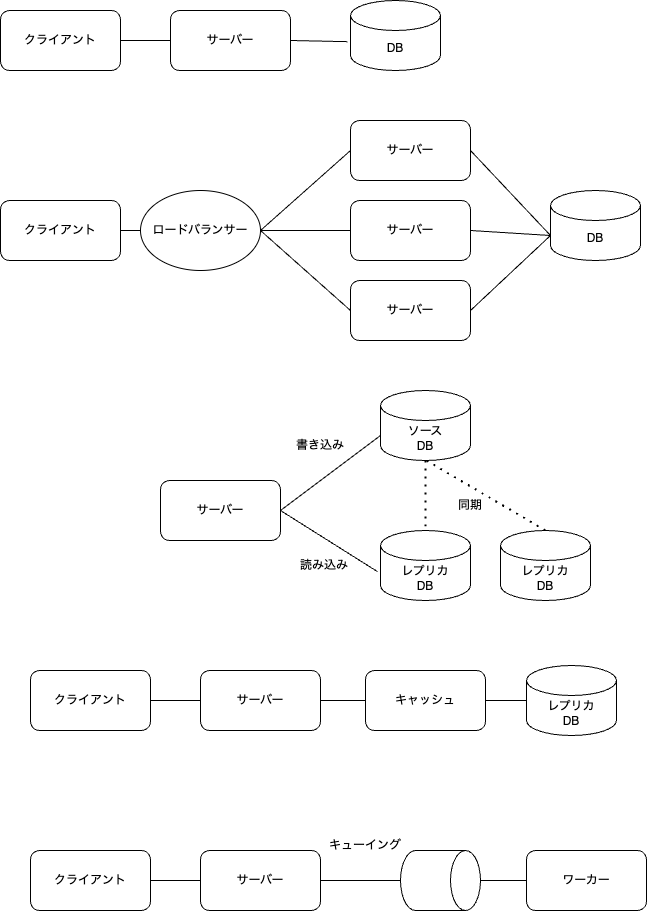
Before: diagram/scale_system.drawio.png, a diagram exported from draw.io (tsukasaI/qiita_drafts). Source tidied: cells renumbered, new cells last; positions are measured from the earlier drawing's top-left corner, leaving out a move shared by most shapes.
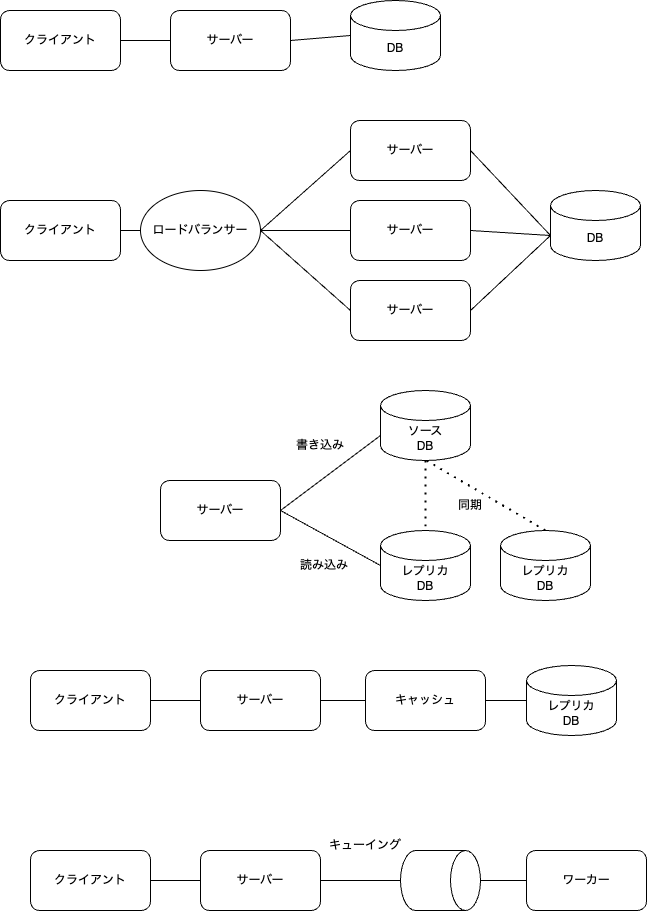
After the change.

Change to the diagram source:
```diff
@@ -14,7 +14,7 @@
     <mxCell id="5" style="endArrow=none;html=1;entryX=1;entryY=0.5;entryDx=0;entryDy=0;exitX=0;exitY=0.5;exitDx=0;exitDy=0;" parent="1" edge="1" source="2" target="4">
       <mxGeometry relative="1" as="geometry" />
     </mxCell>
-    <mxCell id="6" style="endArrow=none;html=1;entryX=1;entryY=0.5;entryDx=0;entryDy=0;exitX=-0.033;exitY=0.588;exitDx=0;exitDy=0;exitPerimeter=0;" parent="1" edge="1" source="3" target="2">
+    <mxCell id="6" style="endArrow=none;html=1;entryX=1;entryY=0.5;entryDx=0;entryDy=0;exitX=0;exitY=0.5;exitDx=0;exitDy=0;exitPerimeter=0;" parent="1" edge="1" source="3" target="2">
       <mxGeometry relative="1" as="geometry" />
     </mxCell>
     <mxCell id="7" value="サーバー" style="rounded=1;whiteSpace=wrap;html=1;" parent="1" vertex="1">
@@ -52,7 +52,7 @@
     <mxCell id="17" value="レプリカ&lt;br&gt;DB" style="shape=cylinder3;whiteSpace=wrap;html=1;boundedLbl=1;backgroundOutline=1;size=15;" parent="1" vertex="1">
       <mxGeometry x="380" y="530" width="90" height="70" as="geometry" />
     </mxCell>
-    <mxCell id="18" style="endArrow=none;html=1;entryX=1;entryY=0.5;entryDx=0;entryDy=0;exitX=-0.033;exitY=0.588;exitDx=0;exitDy=0;exitPerimeter=0;" parent="1" edge="1" source="17" target="16">
+    <mxCell id="18" style="endArrow=none;html=1;entryX=1;entryY=0.5;entryDx=0;entryDy=0;exitX=0;exitY=0.5;exitDx=0;exitDy=0;exitPerimeter=0;" parent="1" edge="1" source="17" target="16">
       <mxGeometry relative="1" as="geometry" />
     </mxCell>
     <mxCell id="19" value="ソース&lt;br&gt;DB" style="shape=cylinder3;whiteSpace=wrap;html=1;boundedLbl=1;backgroundOutline=1;size=15;" parent="1" vertex="1">
```
